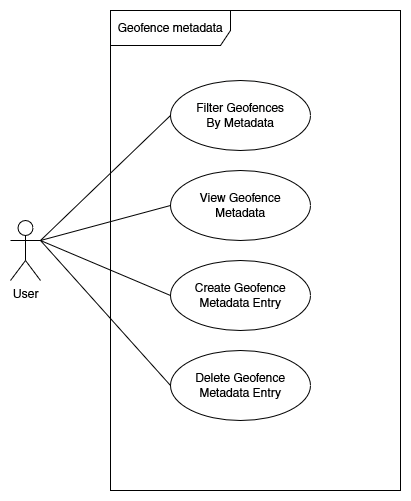
The draw.io diagram source/figures/Use_Cases/Geofence_metadata.png in PerziThomas/DA_Perzi_Ambrosch, before a commit. Source tidied: cells renumbered, new cells last; positions are measured from the earlier drawing's top-left corner, leaving out a move shared by most shapes.
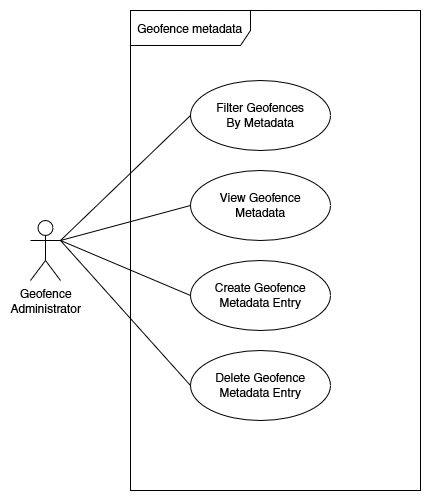
Later version of the same file.

Change to the diagram source:
```diff
@@ -26,7 +26,7 @@
     <mxCell id="9" value="&lt;div&gt;Filter Geofences&lt;/div&gt;&lt;div&gt;By Metadata&lt;br&gt;&lt;/div&gt;" style="ellipse;whiteSpace=wrap;html=1;" parent="1" vertex="1">
       <mxGeometry x="160" y="70" width="140" height="70" as="geometry" />
     </mxCell>
-    <mxCell id="10" value="User" style="shape=umlActor;verticalLabelPosition=bottom;verticalAlign=top;html=1;" parent="1" vertex="1">
+    <mxCell id="10" value="&lt;div&gt;Geofence&lt;/div&gt;&lt;div&gt;Administrator&lt;br&gt;&lt;/div&gt;" style="shape=umlActor;verticalLabelPosition=bottom;verticalAlign=top;html=1;" parent="1" vertex="1">
       <mxGeometry y="210" width="30" height="60" as="geometry" />
     </mxCell>
     <mxCell id="11" value="Geofence metadata" style="shape=umlFrame;whiteSpace=wrap;html=1;width=120;height=35;" parent="1" vertex="1">
```
